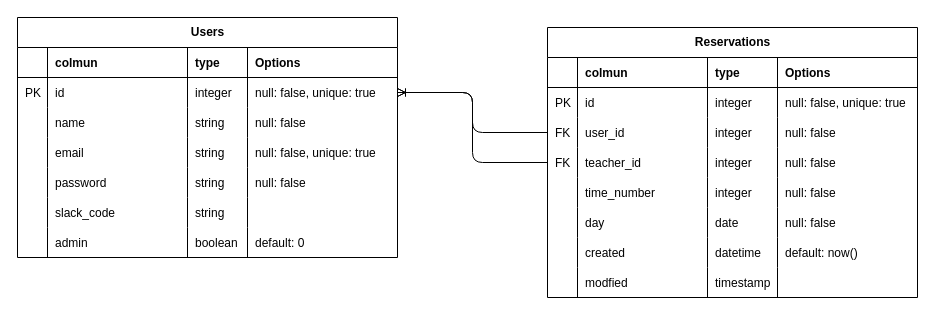
Earlier version of the draw.io diagram ER図(面談予約管理アプリ).drawio (yudai142/reserve_system). Source tidied: cells renumbered, new cells numbered last; positions are measured from the earlier drawing's top-left corner, leaving out a move shared by most shapes. Both pictures are drawn from the tidied source at 100%, with x=0, y=0 at pixel (17, 17).
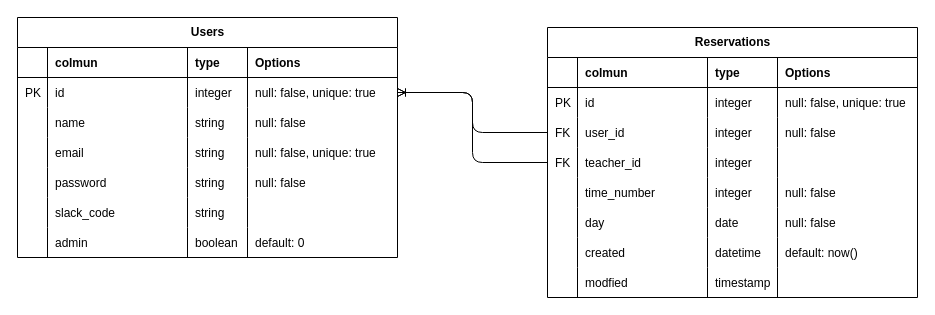
Above is the later version.

Unchanged cells that the change refers to:
```xml
<mxCell id="54" style="shape=partialRectangle;fillColor=none;top=0;left=0;bottom=0;right=0;points=[[0,0.5],[1,0.5]];portConstraint=eastwest;" parent="38" vertex="1">
  <mxGeometry y="120" width="370" height="30" as="geometry" />
</mxCell>
```

What changed in the source:
```diff
@@
-    <mxCell id="58" value="null: false" style="shape=partialRectangle;fillColor=none;top=0;left=0;bottom=0;right=0;align=left;spacingLeft=6;overflow=hidden;" parent="54" vertex="1">
+    <mxCell id="58" style="shape=partialRectangle;fillColor=none;top=0;left=0;bottom=0;right=0;align=left;spacingLeft=6;overflow=hidden;" parent="54" vertex="1">
       <mxGeometry x="230" width="140" height="30" as="geometry" />
     </mxCell>
```
